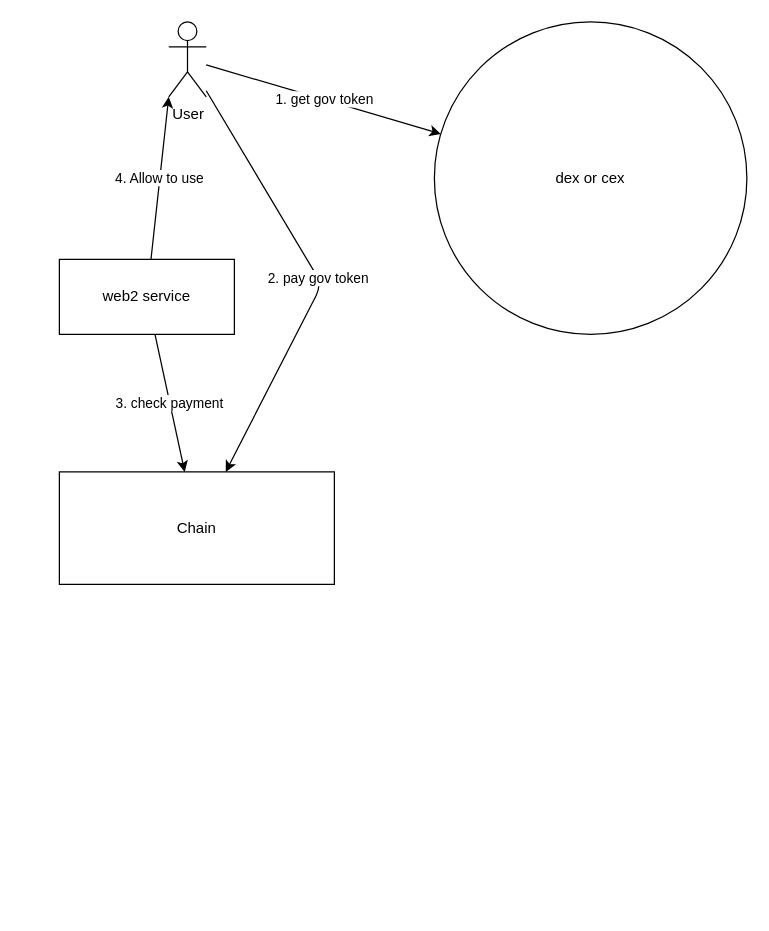
mkXultra/maki_chain keeps this draw.io diagram as page "payment" (1 of 2) of docs/architecture/how_to_works.drawio. Above is the earlier version. Source tidied: cells renumbered, new cells numbered last; positions are measured from the earlier drawing's top-left corner, leaving out a move shared by most shapes. Both pictures are drawn from the tidied source at 125%, with x=0, y=0 at pixel (59, 21). Pictures stored in the file or linked from it are replaced by grey dashed boxes.
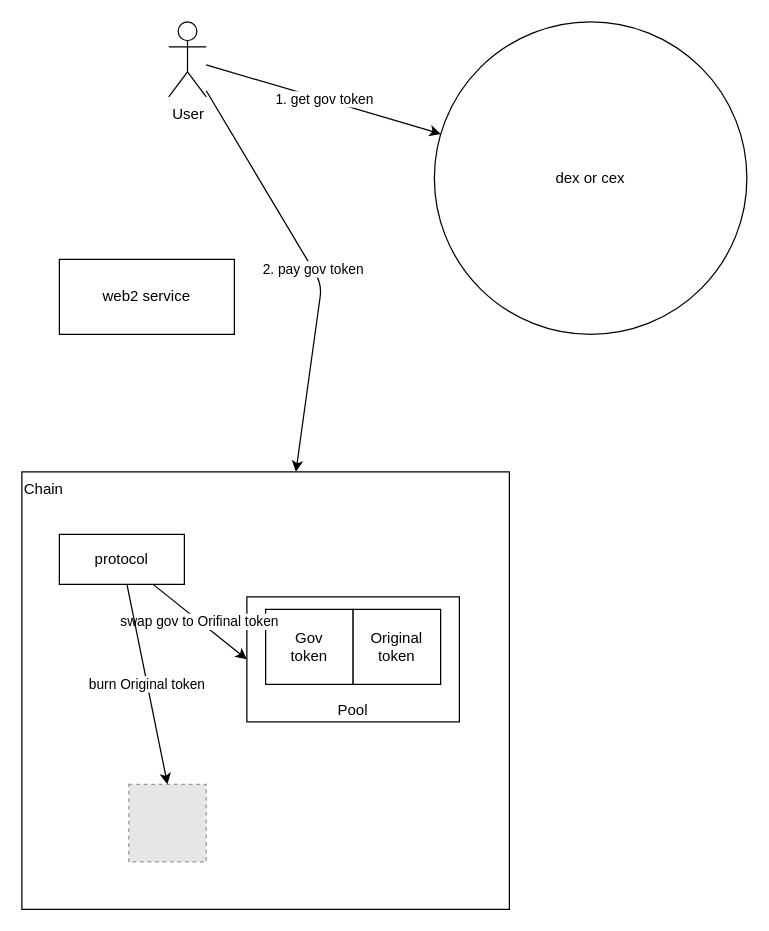
After the change.

Change to the diagram source:
```diff
@@
 <mxGraphModel>
   <root>
     <mxCell id="0" />
     <mxCell id="1" parent="0" />
-    <mxCell id="2" value="Chain" style="rounded=0;whiteSpace=wrap;html=1;" parent="1" vertex="1">
-      <mxGeometry y="360" width="220" height="90" as="geometry" />
+    <mxCell id="2" value="Chain" style="rounded=0;whiteSpace=wrap;html=1;verticalAlign=top;align=left;" parent="1" vertex="1">
+      <mxGeometry x="-30" y="360" width="390" height="350" as="geometry" />
     </mxCell>
     <mxCell id="3" value="2. pay gov token" style="edgeStyle=none;html=1;" parent="1" edge="1" source="5" target="2">
       <mxGeometry relative="1" as="geometry">
         <Array as="points">
           <mxPoint x="210" y="210" />
         </Array>
       </mxGeometry>
     </mxCell>
     <mxCell id="4" value="1. get gov token" style="edgeStyle=none;html=1;" parent="1" edge="1" source="5" target="9">
       <mxGeometry relative="1" as="geometry" />
     </mxCell>
     <mxCell id="5" value="User" style="shape=umlActor;verticalLabelPosition=bottom;verticalAlign=top;html=1;outlineConnect=0;" parent="1" vertex="1">
       <mxGeometry x="87.5" width="30" height="60" as="geometry" />
     </mxCell>
-    <mxCell id="6" value="3. check payment" style="edgeStyle=none;html=1;" parent="1" edge="1" source="8" target="2">
-      <mxGeometry relative="1" as="geometry" />
-    </mxCell>
-    <mxCell id="7" value="4. Allow to use" style="edgeStyle=none;html=1;entryX=0;entryY=1;entryDx=0;entryDy=0;entryPerimeter=0;" parent="1" edge="1" source="8" target="5">
-      <mxGeometry relative="1" as="geometry" />
-    </mxCell>
     <mxCell id="8" value="web2&amp;nbsp;service" style="rounded=0;whiteSpace=wrap;html=1;" parent="1" vertex="1">
       <mxGeometry y="190" width="140" height="60" as="geometry" />
     </mxCell>
     <mxCell id="9" value="dex or cex" style="ellipse;whiteSpace=wrap;html=1;" parent="1" vertex="1">
       <mxGeometry x="300" width="250" height="250" as="geometry" />
     </mxCell>
+    <mxCell id="10" style="group;" parent="1" vertex="1">
+      <mxGeometry x="150" y="460" width="175" height="112" as="geometry" />
+    </mxCell>
+    <mxCell id="11" value="Pool" style="rounded=0;whiteSpace=wrap;html=1;verticalAlign=bottom;" parent="10" vertex="1">
+      <mxGeometry width="170" height="100" as="geometry" />
+    </mxCell>
+    <mxCell id="12" style="group;" parent="10" vertex="1">
+      <mxGeometry x="15" y="10" width="160" height="80" as="geometry" />
+    </mxCell>
+    <mxCell id="13" value="Gov&lt;br&gt;token" style="rounded=0;whiteSpace=wrap;html=1;" parent="12" vertex="1">
+      <mxGeometry width="70" height="60" as="geometry" />
+    </mxCell>
+    <mxCell id="14" value="Original&lt;br&gt;token" style="rounded=0;whiteSpace=wrap;html=1;" parent="12" vertex="1">
+      <mxGeometry x="70" width="70" height="60" as="geometry" />
+    </mxCell>
+    <mxCell id="15" value="swap gov to Orifinal token" style="edgeStyle=none;html=1;entryX=0;entryY=0.5;entryDx=0;entryDy=0;" parent="1" edge="1" source="17" target="11">
+      <mxGeometry relative="1" as="geometry" />
+    </mxCell>
+    <mxCell id="16" value="burn Original token" style="edgeStyle=none;html=1;entryX=0.5;entryY=0;entryDx=0;entryDy=0;" parent="1" edge="1" source="17" target="18">
+      <mxGeometry relative="1" as="geometry" />
+    </mxCell>
+    <mxCell id="17" value="protocol" style="rounded=0;whiteSpace=wrap;html=1;" parent="1" vertex="1">
+      <mxGeometry y="410" width="100" height="40" as="geometry" />
+    </mxCell>
+    <mxCell id="18" style="fillColor=#E6E6E6;strokeColor=#999999;dashed=1;verticalLabelPosition=bottom;labelBackgroundColor=default;verticalAlign=top;" parent="1" vertex="1">
+      <mxGeometry x="55.5" y="610" width="62" height="62" as="geometry" />
+    </mxCell>
   </root>
 </mxGraphModel>
```
